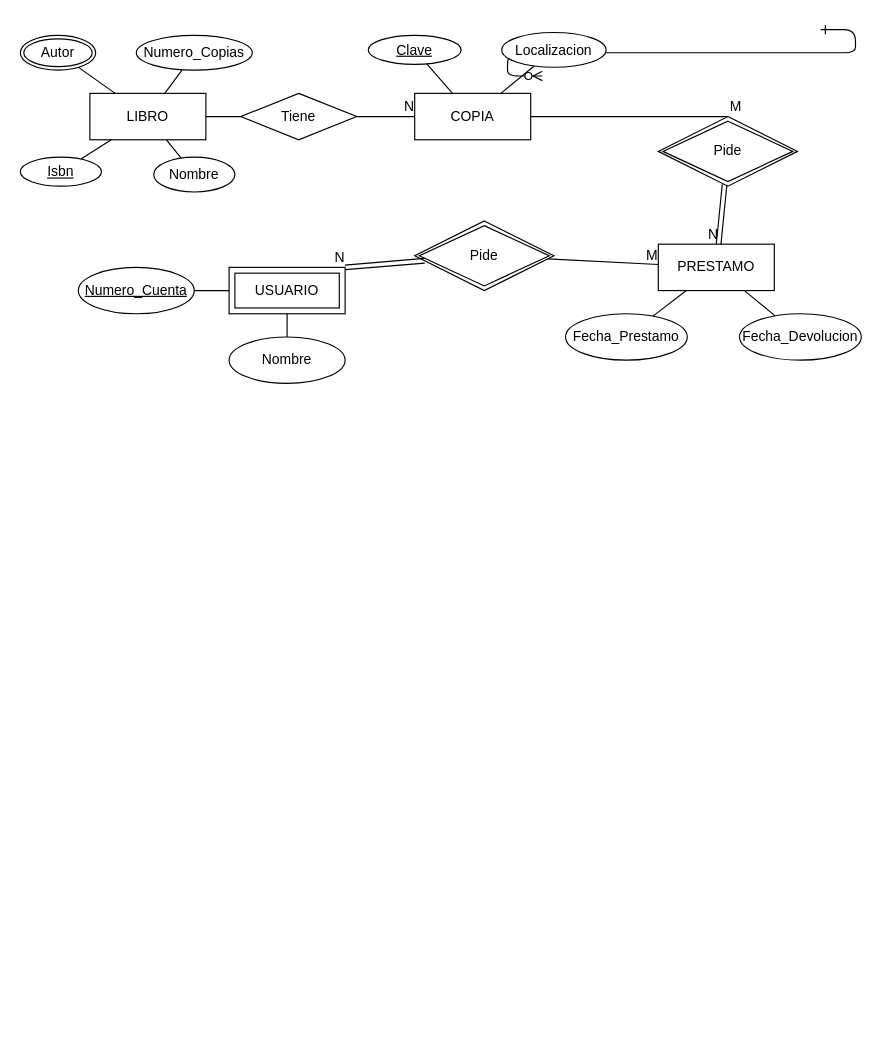
Earlier version of the draw.io diagram Bilbioteca-TBD.drawio (IsraMejia/DiagramasEntidadRelacion). Source tidied: cells renumbered, new cells numbered last; positions are measured from the earlier drawing's top-left corner, leaving out a move shared by most shapes. Both pictures are drawn from the tidied source at 116%, with x=0, y=0 at pixel (20, 29). Pictures stored in the file or linked from it are replaced by grey dashed boxes.
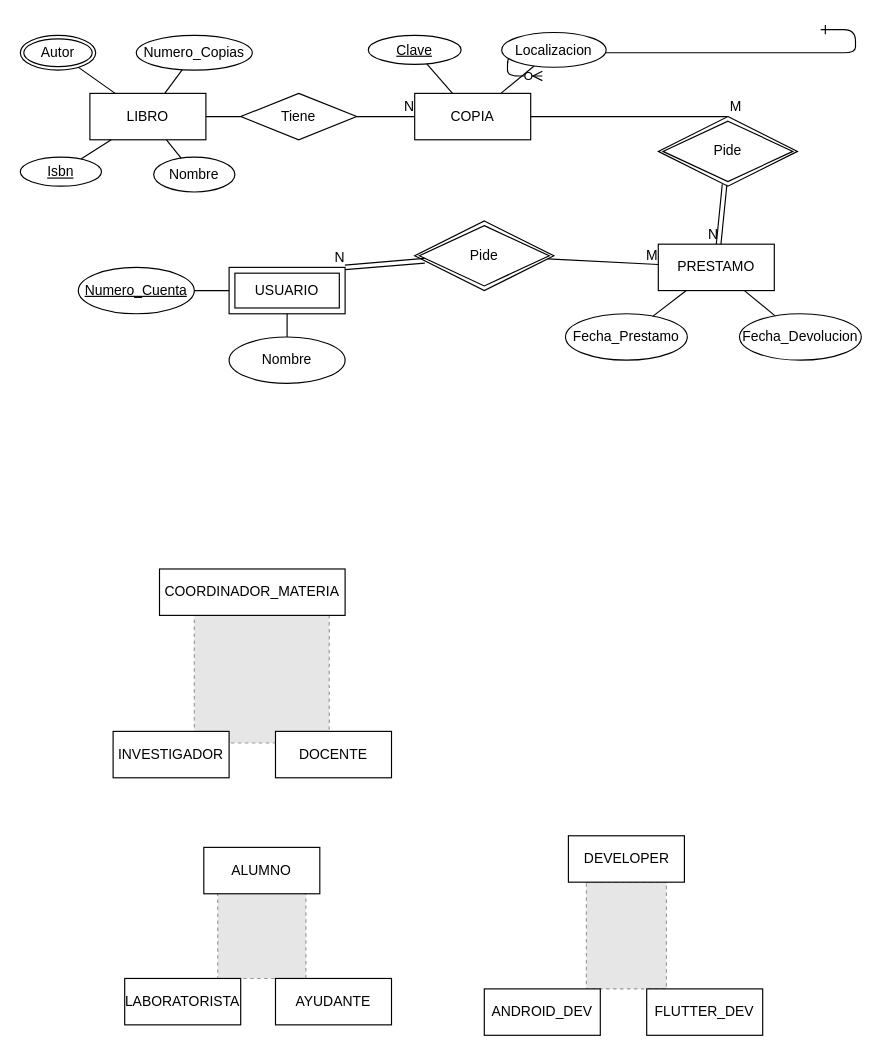
Above is the later version.

Commit message:
Ejemplo, relaciones complejas

The edit, as a diff of the source:
```diff
@@
+    <mxCell id="41" style="fillColor=#E6E6E6;strokeColor=#999999;dashed=1;verticalLabelPosition=bottom;labelBackgroundColor=#ffffff;verticalAlign=top;" parent="1" vertex="1">
+      <mxGeometry x="170.2" y="735" width="76" height="83" as="geometry" />
+    </mxCell>
@@
+    <mxCell id="42" style="fillColor=#E6E6E6;strokeColor=#999999;dashed=1;verticalLabelPosition=bottom;labelBackgroundColor=#ffffff;verticalAlign=top;" parent="1" vertex="1">
+      <mxGeometry x="150" y="495" width="116.3" height="120" as="geometry" />
+    </mxCell>
+    <mxCell id="43" value="INVESTIGADOR" style="whiteSpace=wrap;html=1;align=center;" parent="1" vertex="1">
+      <mxGeometry x="80" y="605" width="100" height="40" as="geometry" />
+    </mxCell>
+    <mxCell id="44" value="COORDINADOR_MATERIA" style="whiteSpace=wrap;html=1;align=center;" parent="1" vertex="1">
+      <mxGeometry x="120" y="465" width="160" height="40" as="geometry" />
+    </mxCell>
+    <mxCell id="45" value="DOCENTE" style="whiteSpace=wrap;html=1;align=center;" parent="1" vertex="1">
+      <mxGeometry x="220" y="605" width="100" height="40" as="geometry" />
+    </mxCell>
+    <mxCell id="46" value="ALUMNO" style="whiteSpace=wrap;html=1;align=center;" parent="1" vertex="1">
+      <mxGeometry x="158.2" y="705" width="100" height="40" as="geometry" />
+    </mxCell>
+    <mxCell id="47" value="AYUDANTE" style="whiteSpace=wrap;html=1;align=center;" parent="1" vertex="1">
+      <mxGeometry x="220" y="818" width="100" height="40" as="geometry" />
+    </mxCell>
+    <mxCell id="48" value="LABORATORISTA" style="whiteSpace=wrap;html=1;align=center;" parent="1" vertex="1">
+      <mxGeometry x="90" y="818" width="100" height="40" as="geometry" />
+    </mxCell>
+    <mxCell id="49" style="fillColor=#E6E6E6;strokeColor=#999999;dashed=1;verticalLabelPosition=bottom;labelBackgroundColor=#ffffff;verticalAlign=top;" parent="1" vertex="1">
+      <mxGeometry x="488" y="735" width="69" height="92" as="geometry" />
+    </mxCell>
+    <mxCell id="50" value="DEVELOPER" style="whiteSpace=wrap;html=1;align=center;" parent="1" vertex="1">
+      <mxGeometry x="472.5" y="695" width="100" height="40" as="geometry" />
+    </mxCell>
+    <mxCell id="51" value="ANDROID_DEV" style="whiteSpace=wrap;html=1;align=center;" parent="1" vertex="1">
+      <mxGeometry x="400" y="827" width="100" height="40" as="geometry" />
+    </mxCell>
+    <mxCell id="52" value="FLUTTER_DEV" style="whiteSpace=wrap;html=1;align=center;" parent="1" vertex="1">
+      <mxGeometry x="540" y="827" width="100" height="40" as="geometry" />
+    </mxCell>
```
